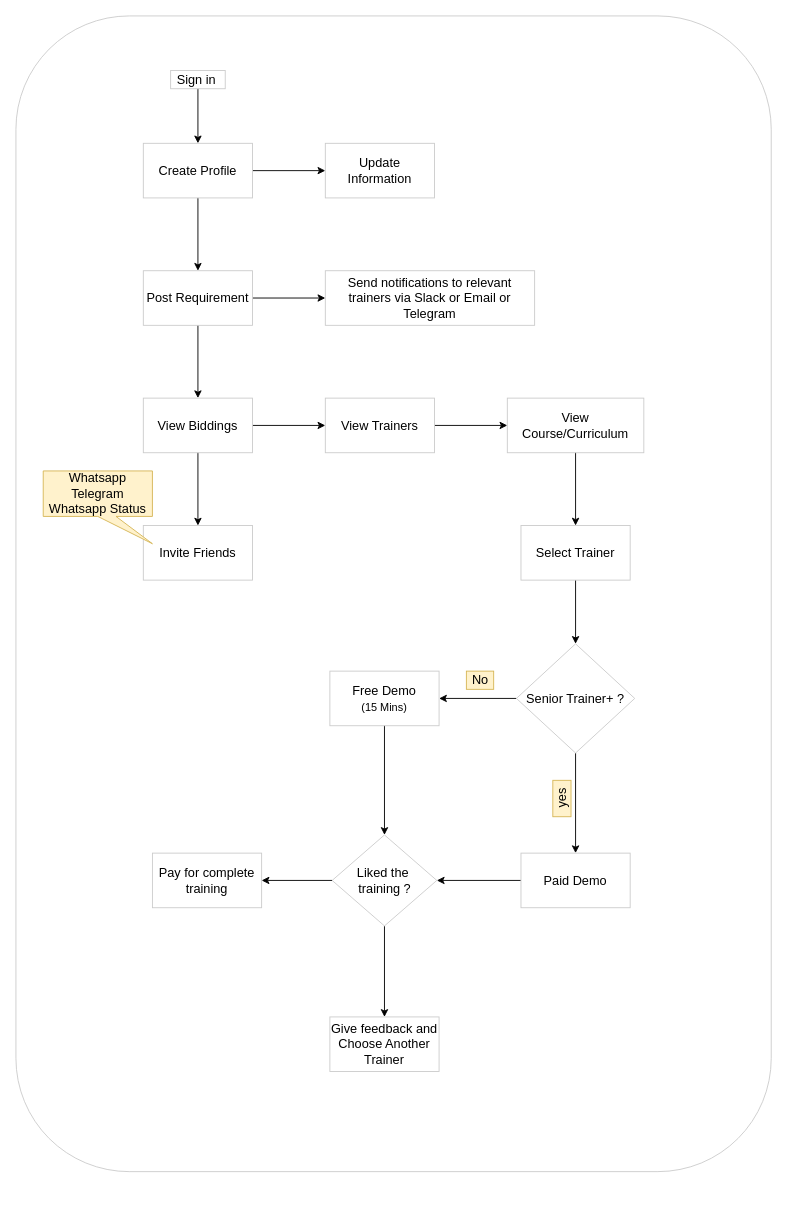
Earlier version of the draw.io diagram sample.drawio (Arunideas/draw.io). Source tidied: cells renumbered, new cells numbered last; positions are measured from the earlier drawing's top-left corner, leaving out a move shared by most shapes. Both pictures are drawn from the tidied source at 91%, with x=0, y=0 at pixel (15, 15).
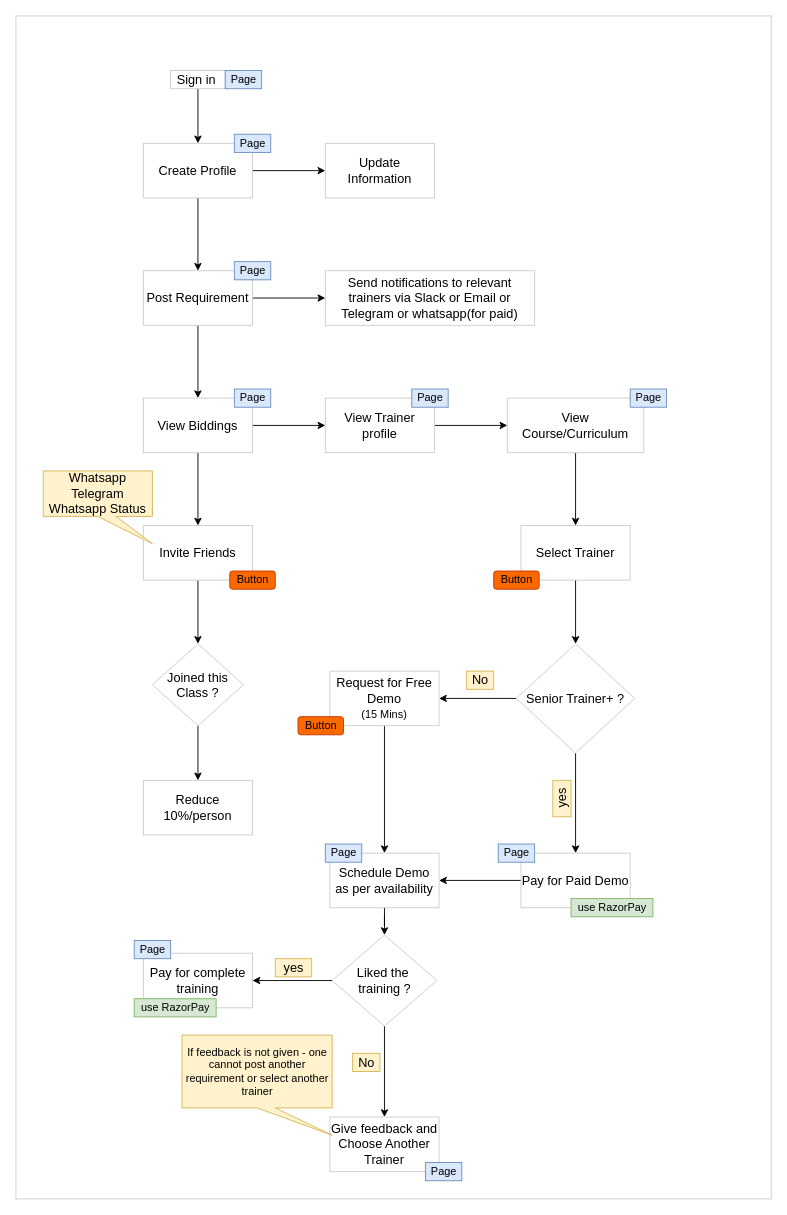
After the change.

Commit message:
Updated the fiagram with pages and buttons

The change refers to these unchanged cells:
```xml
<mxCell id="22" value="Invite Friends" style="whiteSpace=wrap;html=1;fontSize=14;fillColor=none;strokeColor=#CCCCCC;gradientColor=none;" parent="1" vertex="1">
  <mxGeometry x="140" y="560" width="120" height="60" as="geometry" />
</mxCell>
```

What changed in the source:
```diff
@@
-    <mxCell id="2" style="rounded=1;whiteSpace=wrap;html=1;fontSize=12;strokeColor=#CCCCCC;" parent="1" vertex="1">
-      <mxGeometry width="830" height="1270" as="geometry" />
+    <mxCell id="2" value="aas" style="rounded=0;whiteSpace=wrap;html=1;fontSize=12;strokeColor=#CCCCCC;noLabel=1;" parent="1" vertex="1">
+      <mxGeometry width="830" height="1300" as="geometry" />
     </mxCell>
@@
-    <mxCell id="12" value="Send notifications to relevant trainers via Slack or Email or Telegram" style="whiteSpace=wrap;html=1;fontSize=14;fillColor=none;strokeColor=#CCCCCC;gradientColor=none;" parent="1" vertex="1">
+    <mxCell id="12" value="Send notifications to relevant trainers via Slack or Email or Telegram or whatsapp(for paid)" style="whiteSpace=wrap;html=1;fontSize=14;fillColor=none;strokeColor=#CCCCCC;gradientColor=none;" parent="1" vertex="1">
       <mxGeometry x="340" y="280" width="230" height="60" as="geometry" />
     </mxCell>
@@
-    <mxCell id="17" value="View Trainers" style="whiteSpace=wrap;html=1;fontSize=14;fillColor=none;strokeColor=#CCCCCC;gradientColor=none;" parent="1" vertex="1">
+    <mxCell id="17" value="View Trainer profile" style="whiteSpace=wrap;html=1;fontSize=14;fillColor=none;strokeColor=#CCCCCC;gradientColor=none;" parent="1" vertex="1">
       <mxGeometry x="340" y="420" width="120" height="60" as="geometry" />
     </mxCell>
@@
+    <mxCell id="38" style="edgeStyle=orthogonalEdgeStyle;rounded=0;jettySize=auto;html=1;fontSize=12;" parent="1" edge="1" source="22" target="43">
+      <mxGeometry relative="1" as="geometry" />
+    </mxCell>
@@
-    <mxCell id="27" style="edgeStyle=orthogonalEdgeStyle;rounded=0;jettySize=auto;html=1;fontSize=12;" parent="1" edge="1" source="28" target="35">
-      <mxGeometry relative="1" as="geometry" />
-    </mxCell>
+    <mxCell id="39" style="edgeStyle=orthogonalEdgeStyle;rounded=0;jettySize=auto;html=1;fontSize=12;" parent="1" edge="1" source="28" target="55">
+      <mxGeometry relative="1" as="geometry" />
+    </mxCell>
-    <mxCell id="28" value="Free Demo &lt;br&gt;&lt;font style=&quot;font-size: 12px;&quot;&gt;(15 Mins)&lt;/font&gt;" style="whiteSpace=wrap;html=1;fontSize=14;fillColor=none;strokeColor=#CCCCCC;gradientColor=none;" parent="1" vertex="1">
+    <mxCell id="28" value="Request for Free Demo &lt;br&gt;&lt;font style=&quot;font-size: 12px;&quot;&gt;(15 Mins)&lt;/font&gt;" style="whiteSpace=wrap;html=1;fontSize=14;fillColor=none;strokeColor=#CCCCCC;gradientColor=none;" parent="1" vertex="1">
       <mxGeometry x="345" y="720" width="120" height="60" as="geometry" />
     </mxCell>
@@
-    <mxCell id="30" style="edgeStyle=orthogonalEdgeStyle;rounded=0;jettySize=auto;html=1;fontSize=12;" parent="1" edge="1" source="31" target="35">
-      <mxGeometry relative="1" as="geometry" />
-    </mxCell>
+    <mxCell id="40" style="edgeStyle=orthogonalEdgeStyle;rounded=0;jettySize=auto;html=1;entryX=1;entryY=0.5;entryDx=0;entryDy=0;fontSize=12;" parent="1" edge="1" source="31" target="55">
+      <mxGeometry relative="1" as="geometry" />
+    </mxCell>
-    <mxCell id="31" value="Paid Demo" style="whiteSpace=wrap;html=1;fontSize=14;fillColor=none;strokeColor=#CCCCCC;gradientColor=none;" parent="1" vertex="1">
+    <mxCell id="31" value="Pay for Paid Demo" style="whiteSpace=wrap;html=1;fontSize=14;fillColor=none;strokeColor=#CCCCCC;gradientColor=none;" parent="1" vertex="1">
       <mxGeometry x="555" y="920" width="120" height="60" as="geometry" />
     </mxCell>
@@
     <mxCell id="35" value="Liked the&amp;nbsp;&lt;br&gt;training ?" style="rhombus;whiteSpace=wrap;html=1;fontSize=14;fillColor=none;strokeColor=#CCCCCC;gradientColor=none;" parent="1" vertex="1">
-      <mxGeometry x="347.5" y="900" width="115" height="100" as="geometry" />
+      <mxGeometry x="347.5" y="1010" width="115" height="100" as="geometry" />
     </mxCell>
     <mxCell id="36" value="Pay for complete training" style="whiteSpace=wrap;html=1;fontSize=14;fillColor=none;strokeColor=#CCCCCC;gradientColor=none;" parent="1" vertex="1">
-      <mxGeometry x="150" y="920" width="120" height="60" as="geometry" />
+      <mxGeometry x="140" y="1030" width="120" height="60" as="geometry" />
     </mxCell>
     <mxCell id="37" value="Give feedback and Choose Another Trainer" style="whiteSpace=wrap;html=1;fontSize=14;fillColor=none;strokeColor=#CCCCCC;gradientColor=none;" parent="1" vertex="1">
-      <mxGeometry x="345" y="1100" width="120" height="60" as="geometry" />
+      <mxGeometry x="345" y="1210" width="120" height="60" as="geometry" />
     </mxCell>
+    <mxCell id="41" value="If feedback is not given - one cannot post another requirement or select another trainer" style="shape=callout;whiteSpace=wrap;html=1;perimeter=calloutPerimeter;fontSize=12;strokeColor=#d6b656;position2=1;fillColor=#fff2cc;" parent="1" vertex="1">
+      <mxGeometry x="182.5" y="1120" width="165" height="110" as="geometry" />
+    </mxCell>
+    <mxCell id="42" style="edgeStyle=orthogonalEdgeStyle;rounded=0;jettySize=auto;html=1;fontSize=12;" parent="1" edge="1" source="43" target="44">
+      <mxGeometry relative="1" as="geometry" />
+    </mxCell>
+    <mxCell id="43" value="Joined this Class ?" style="rhombus;whiteSpace=wrap;html=1;fontSize=14;fillColor=none;strokeColor=#CCCCCC;gradientColor=none;" parent="1" vertex="1">
+      <mxGeometry x="150" y="690" width="100" height="90" as="geometry" />
+    </mxCell>
+    <mxCell id="44" value="Reduce 10%/person" style="whiteSpace=wrap;html=1;fontSize=14;fillColor=none;strokeColor=#CCCCCC;gradientColor=none;" parent="1" vertex="1">
+      <mxGeometry x="140" y="840" width="120" height="60" as="geometry" />
+    </mxCell>
+    <mxCell id="45" value="Page" style="text;html=1;align=center;verticalAlign=middle;strokeColor=#6c8ebf;fillColor=#dae8fc;fontSize=12;" parent="1" vertex="1">
+      <mxGeometry x="240" y="410" width="40" height="20" as="geometry" />
+    </mxCell>
+    <mxCell id="46" value="Page" style="text;html=1;align=center;verticalAlign=middle;strokeColor=#6c8ebf;fillColor=#dae8fc;fontSize=12;" parent="1" vertex="1">
+      <mxGeometry x="240" y="270" width="40" height="20" as="geometry" />
+    </mxCell>
+    <mxCell id="47" value="Page" style="text;html=1;align=center;verticalAlign=middle;strokeColor=#6c8ebf;fillColor=#dae8fc;fontSize=12;" parent="1" vertex="1">
+      <mxGeometry x="240" y="130" width="40" height="20" as="geometry" />
+    </mxCell>
+    <mxCell id="48" value="Page" style="text;html=1;align=center;verticalAlign=middle;strokeColor=#6c8ebf;fillColor=#dae8fc;fontSize=12;" parent="1" vertex="1">
+      <mxGeometry x="230" y="60" width="40" height="20" as="geometry" />
+    </mxCell>
+    <mxCell id="49" value="Page" style="text;html=1;align=center;verticalAlign=middle;strokeColor=#6c8ebf;fillColor=#dae8fc;fontSize=12;" parent="1" vertex="1">
+      <mxGeometry x="675" y="410" width="40" height="20" as="geometry" />
+    </mxCell>
+    <mxCell id="50" value="Page" style="text;html=1;align=center;verticalAlign=middle;strokeColor=#6c8ebf;fillColor=#dae8fc;fontSize=12;" parent="1" vertex="1">
+      <mxGeometry x="435" y="410" width="40" height="20" as="geometry" />
+    </mxCell>
+    <mxCell id="51" value="Button" style="text;html=1;align=center;verticalAlign=middle;strokeColor=#C73500;fillColor=#fa6800;fontSize=12;rounded=1;fontColor=#000000;" parent="1" vertex="1">
+      <mxGeometry x="525" y="610" width="50" height="20" as="geometry" />
+    </mxCell>
+    <mxCell id="52" value="Button" style="text;html=1;align=center;verticalAlign=middle;strokeColor=#C73500;fillColor=#fa6800;fontSize=12;rounded=1;fontColor=#000000;" parent="1" vertex="1">
+      <mxGeometry x="235" y="610" width="50" height="20" as="geometry" />
+    </mxCell>
+    <mxCell id="53" value="Button" style="text;html=1;align=center;verticalAlign=middle;strokeColor=#C73500;fillColor=#fa6800;fontSize=12;rounded=1;fontColor=#000000;" parent="1" vertex="1">
+      <mxGeometry x="310" y="770" width="50" height="20" as="geometry" />
+    </mxCell>
+    <mxCell id="54" style="edgeStyle=orthogonalEdgeStyle;rounded=0;jettySize=auto;html=1;entryX=0.5;entryY=0;entryDx=0;entryDy=0;fontSize=12;" parent="1" edge="1" source="55" target="35">
+      <mxGeometry relative="1" as="geometry" />
+    </mxCell>
+    <mxCell id="55" value="Schedule Demo as per availability" style="whiteSpace=wrap;html=1;fontSize=14;fillColor=none;strokeColor=#CCCCCC;gradientColor=none;" parent="1" vertex="1">
+      <mxGeometry x="345" y="920" width="120" height="60" as="geometry" />
+    </mxCell>
+    <mxCell id="56" value="Page" style="text;html=1;align=center;verticalAlign=middle;strokeColor=#6c8ebf;fillColor=#dae8fc;fontSize=12;" parent="1" vertex="1">
+      <mxGeometry x="340" y="910" width="40" height="20" as="geometry" />
+    </mxCell>
+    <mxCell id="57" value="Page" style="text;html=1;align=center;verticalAlign=middle;strokeColor=#6c8ebf;fillColor=#dae8fc;fontSize=12;" parent="1" vertex="1">
+      <mxGeometry x="530" y="910" width="40" height="20" as="geometry" />
+    </mxCell>
+    <mxCell id="58" value="use RazorPay" style="text;html=1;align=center;verticalAlign=middle;strokeColor=#82b366;fillColor=#d5e8d4;fontSize=12;" parent="1" vertex="1">
+      <mxGeometry x="610" y="970" width="90" height="20" as="geometry" />
+    </mxCell>
+    <mxCell id="59" value="No" style="text;html=1;align=center;verticalAlign=middle;strokeColor=#d6b656;fillColor=#fff2cc;fontSize=14;" parent="1" vertex="1">
+      <mxGeometry x="370" y="1140" width="30" height="20" as="geometry" />
+    </mxCell>
+    <mxCell id="60" value="yes" style="text;html=1;align=center;verticalAlign=middle;strokeColor=#d6b656;fillColor=#fff2cc;fontSize=14;rotation=0;" parent="1" vertex="1">
+      <mxGeometry x="285" y="1036" width="40" height="20" as="geometry" />
+    </mxCell>
+    <mxCell id="61" value="Page" style="text;html=1;align=center;verticalAlign=middle;strokeColor=#6c8ebf;fillColor=#dae8fc;fontSize=12;" parent="1" vertex="1">
+      <mxGeometry x="450" y="1260" width="40" height="20" as="geometry" />
+    </mxCell>
+    <mxCell id="62" value="use RazorPay" style="text;html=1;align=center;verticalAlign=middle;strokeColor=#82b366;fillColor=#d5e8d4;fontSize=12;" parent="1" vertex="1">
+      <mxGeometry x="130" y="1080" width="90" height="20" as="geometry" />
+    </mxCell>
+    <mxCell id="63" value="Page" style="text;html=1;align=center;verticalAlign=middle;strokeColor=#6c8ebf;fillColor=#dae8fc;fontSize=12;" parent="1" vertex="1">
+      <mxGeometry x="130" y="1016" width="40" height="20" as="geometry" />
+    </mxCell>
```
